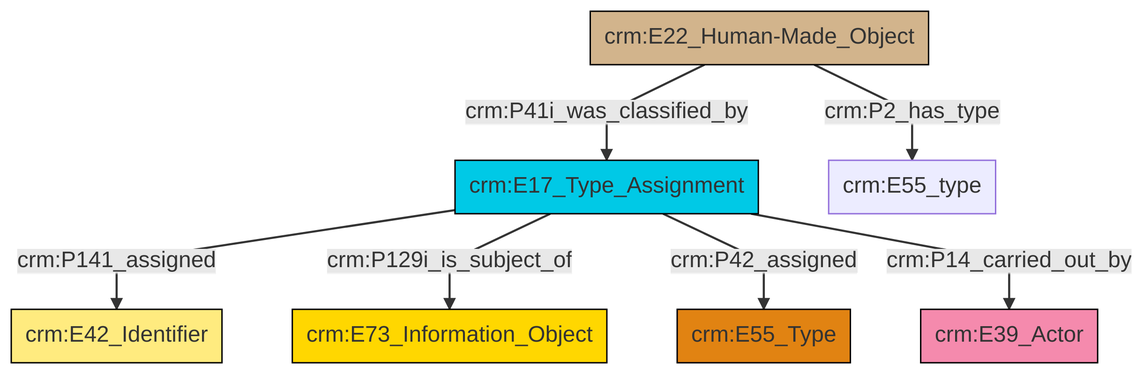
Earlier version of the Mermaid export et/builtWorkCSV/ttl/mmd/png/Built_Work_designation_status.png (swiss-art-research-net/reference-data-models). Its source is kept beside it as et/builtWorkCSV/ttl/mmd/Built_Work_designation_status.ttl.mmd.
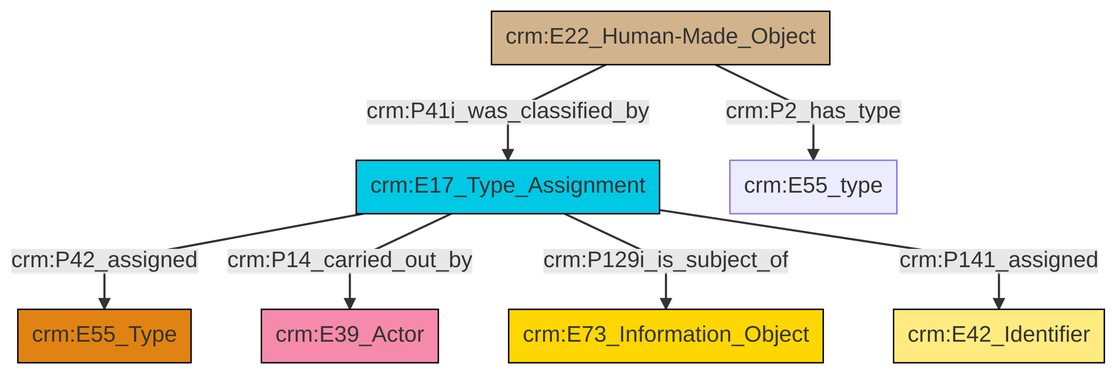
After the change.

Diff of the diagram source:
```diff
@@ -13,9 +13,9 @@
 classDef PC_Classes fill:#4ce600, stroke:#000000;
 classDef Multi fill:#cccccc,stroke:#000000;
 
-2["crm:E17_Type_Assignment"]:::Temporal_Entity -->|crm:P141_assigned| 3["crm:E42_Identifier"]:::Appellation
-2["crm:E17_Type_Assignment"]:::Temporal_Entity -->|crm:P129i_is_subject_of| 4["crm:E73_Information_Object"]:::Conceptual_Object
-0["crm:E22_Human-Made_Object"]:::Physical_Thing -->|crm:P41i_was_classified_by| 2["crm:E17_Type_Assignment"]:::Temporal_Entity
-2["crm:E17_Type_Assignment"]:::Temporal_Entity -->|crm:P42_assigned| 8["crm:E55_Type"]:::Type
-2["crm:E17_Type_Assignment"]:::Temporal_Entity -->|crm:P14_carried_out_by| 6["crm:E39_Actor"]:::Actor
-0["crm:E22_Human-Made_Object"]:::Physical_Thing -->|crm:P2_has_type| 12["crm:E55_type"]:::Default
+4["crm:E17_Type_Assignment"]:::Temporal_Entity -->|crm:P42_assigned| 2["crm:E55_Type"]:::Type
+4["crm:E17_Type_Assignment"]:::Temporal_Entity -->|crm:P14_carried_out_by| 5["crm:E39_Actor"]:::Actor
+0["crm:E22_Human-Made_Object"]:::Physical_Thing -->|crm:P41i_was_classified_by| 4["crm:E17_Type_Assignment"]:::Temporal_Entity
+4["crm:E17_Type_Assignment"]:::Temporal_Entity -->|crm:P129i_is_subject_of| 12["crm:E73_Information_Object"]:::Conceptual_Object
+0["crm:E22_Human-Made_Object"]:::Physical_Thing -->|crm:P2_has_type| 6["crm:E55_type"]:::Default
+4["crm:E17_Type_Assignment"]:::Temporal_Entity -->|crm:P141_assigned| 9["crm:E42_Identifier"]:::Appellation
```
